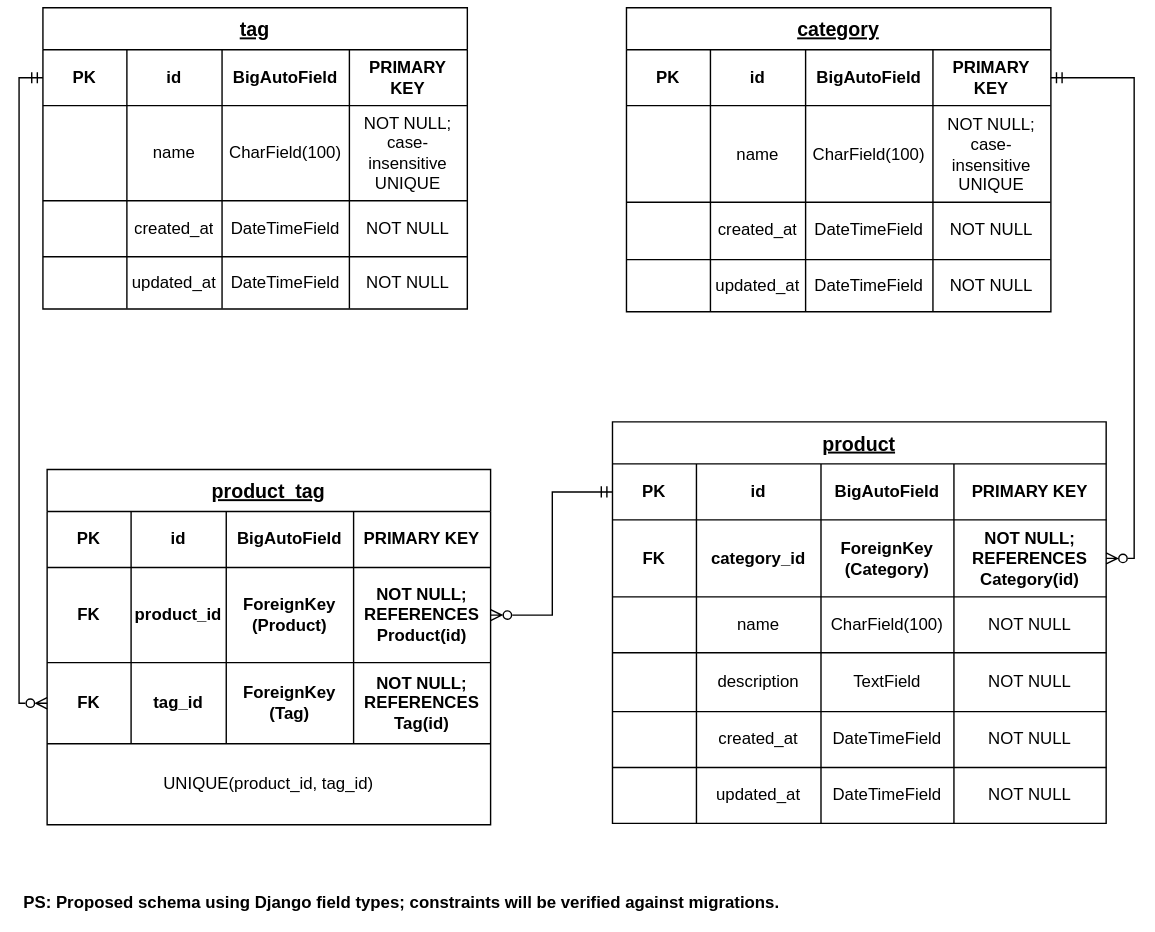
Above: docs/erd.svg in OwenLeee/django-assignment (draw.io), before the change. Source tidied: cells renumbered, new cells last; positions are measured from the earlier drawing's top-left corner, leaving out a move shared by most shapes.
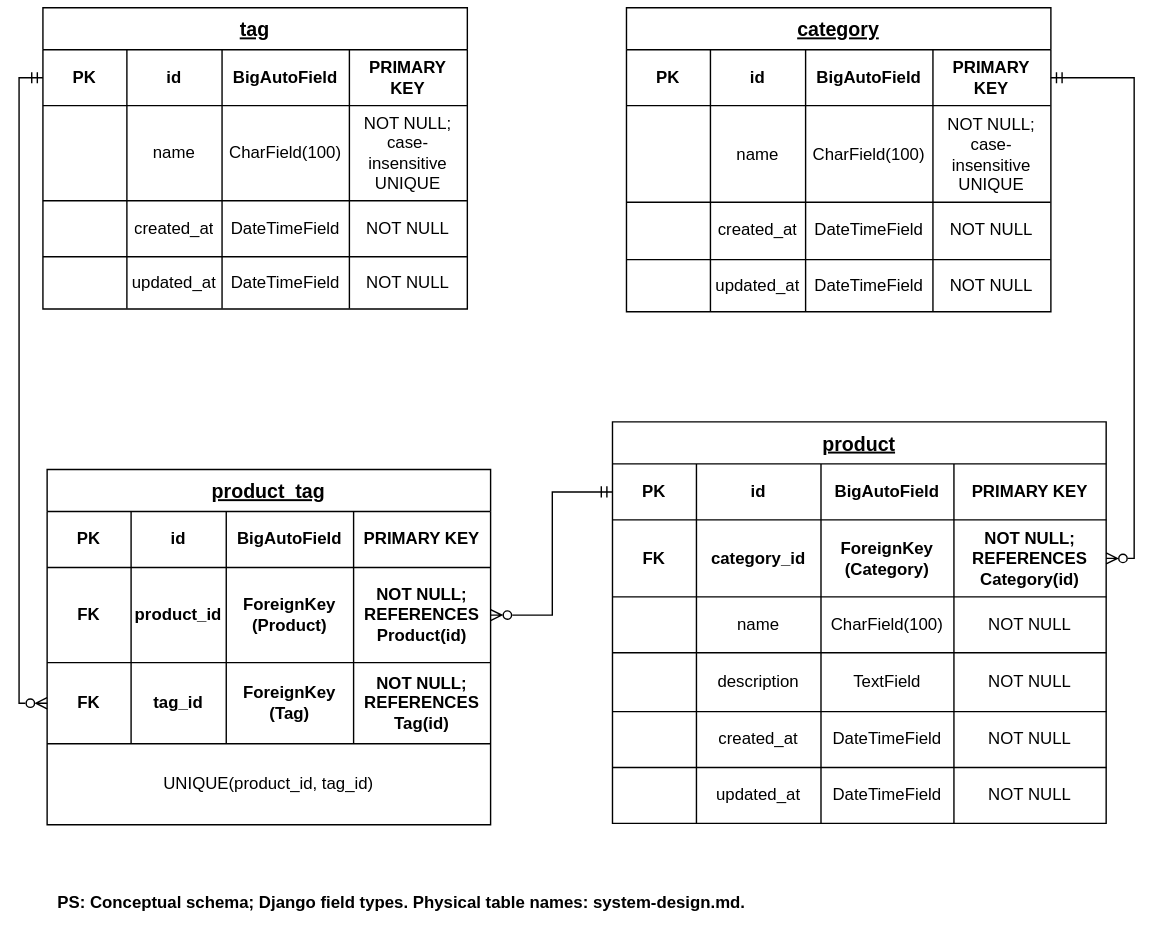
Later version of the same file.

Commit message:
docs: clarify setup, design decisions and AI assistance

The edit, as a diff of the source:
```diff
@@ -294,7 +294,7 @@
         </Array>
       </mxGeometry>
     </mxCell>
-    <mxCell id="96" value="&lt;b&gt;PS:&amp;nbsp;Proposed schema using Django field types; constraints will be verified against migrations.&lt;/b&gt;" style="text;html=1;whiteSpace=wrap;strokeColor=none;fillColor=none;align=center;verticalAlign=middle;rounded=0;" parent="1" vertex="1">
+    <mxCell id="96" value="&lt;b&gt;PS:&amp;nbsp;Conceptual schema; Django field types. Physical table names: system-design.md.&lt;/b&gt;" style="text;html=1;whiteSpace=wrap;strokeColor=none;fillColor=none;align=center;verticalAlign=middle;rounded=0;" parent="1" vertex="1">
       <mxGeometry y="625" width="557" height="30" as="geometry" />
     </mxCell>
   </root>
```
